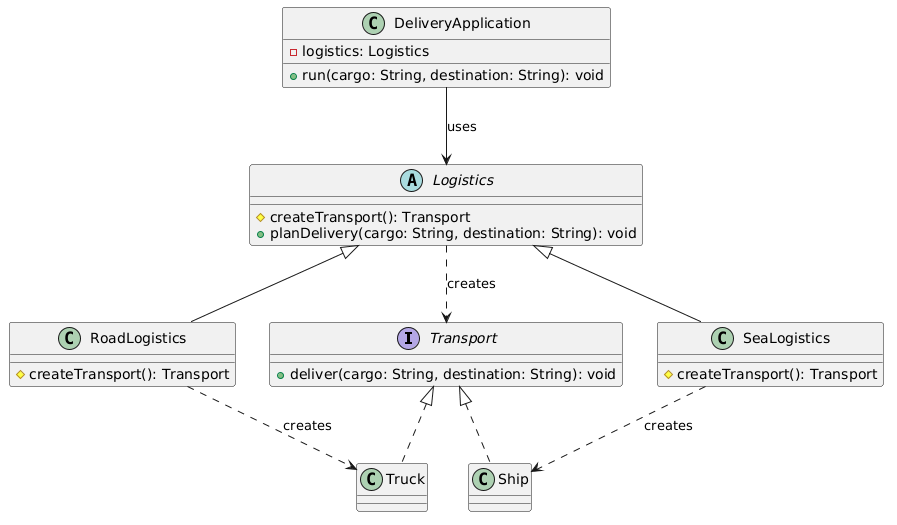
Earlier version of the PlantUML export docs/factory-method.png (Nurlan-byte/sdp-assignment2-factory).
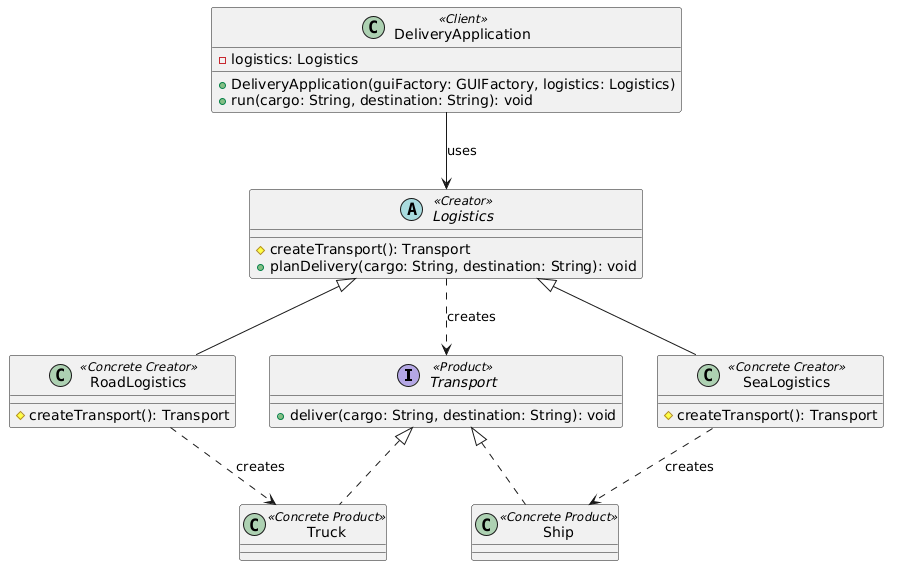
The same file after the commit.

Commit message:
docs: label pattern roles in UML diagrams

Change to the diagram source:
```diff
@@ -1,26 +1,27 @@
 @startuml
-interface Transport {
+interface Transport <<Product>> {
   +deliver(cargo: String, destination: String): void
 }
 
-class Truck implements Transport
-class Ship implements Transport
+class Truck <<Concrete Product>> implements Transport
+class Ship <<Concrete Product>> implements Transport
 
-abstract class Logistics {
+abstract class Logistics <<Creator>> {
   #createTransport(): Transport
   +planDelivery(cargo: String, destination: String): void
 }
 
-class RoadLogistics extends Logistics {
+class RoadLogistics <<Concrete Creator>> extends Logistics {
   #createTransport(): Transport
 }
 
-class SeaLogistics extends Logistics {
+class SeaLogistics <<Concrete Creator>> extends Logistics {
   #createTransport(): Transport
 }
 
-class DeliveryApplication {
+class DeliveryApplication <<Client>> {
   -logistics: Logistics
+  +DeliveryApplication(guiFactory: GUIFactory, logistics: Logistics)
   +run(cargo: String, destination: String): void
 }
 
```
